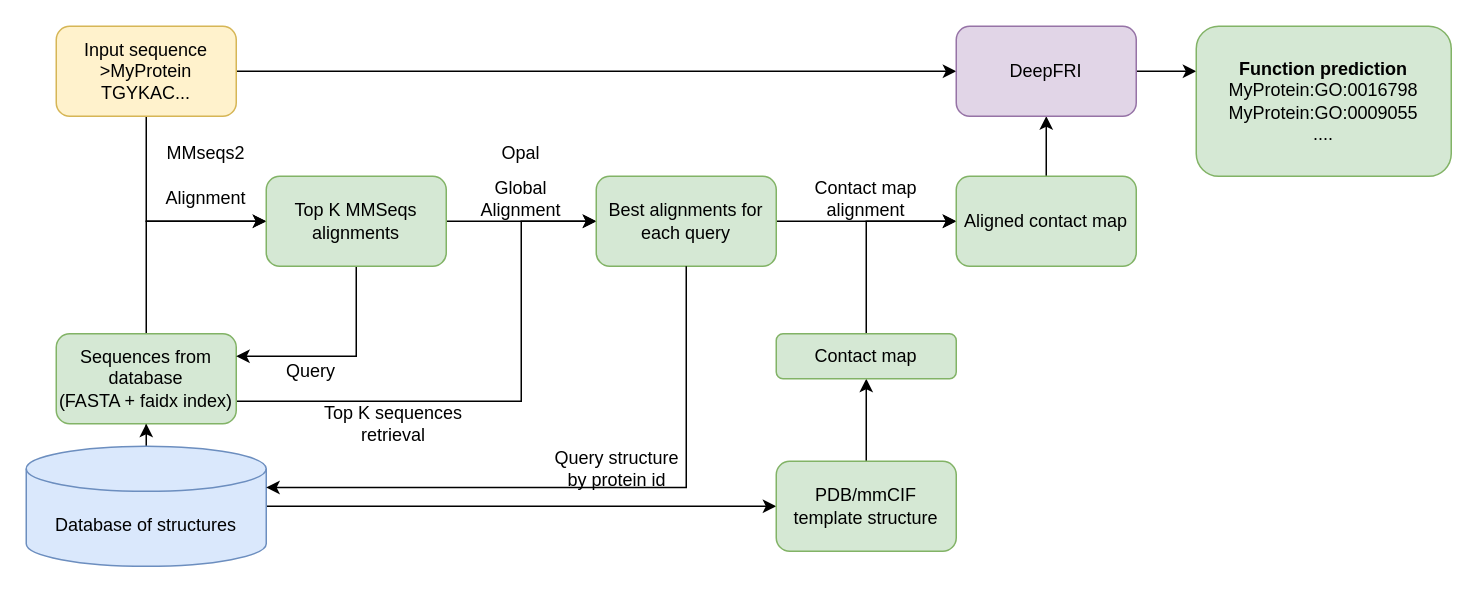
Earlier version of the draw.io diagram docs/_images/mdeepfri-design.drawio (bioinf-mcb/Metagenomic-DeepFRI). Source tidied: cells renumbered, new cells numbered last; positions are measured from the earlier drawing's top-left corner, leaving out a move shared by most shapes. Both pictures are drawn from the tidied source at 150%, with x=0, y=0 at pixel (26, 26).
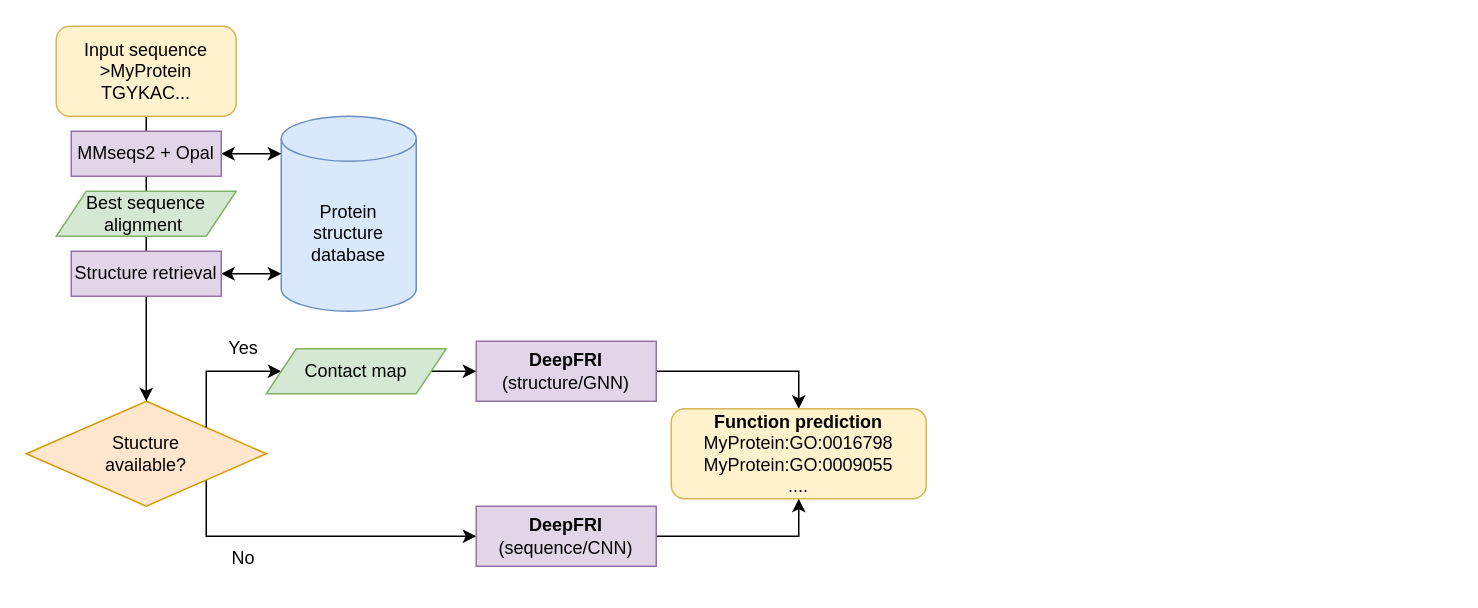
The same diagram, later.

The change refers to these unchanged cells:
```xml
<mxCell id="4" value="Input sequence&lt;div&gt;&amp;gt;MyProtein&lt;br&gt;TGYKAC...&lt;/div&gt;" style="rounded=1;whiteSpace=wrap;html=1;fillColor=#fff2cc;strokeColor=#d6b656;align=center;" parent="1" vertex="1">
  <mxGeometry x="20" width="120" height="60" as="geometry" />
</mxCell>
```

Change to the diagram source:
```diff
@@
-    <mxCell id="2" style="edgeStyle=orthogonalEdgeStyle;rounded=0;jettySize=auto;html=1;entryX=0;entryY=0.5;entryDx=0;entryDy=0;exitX=0.5;exitY=1;exitDx=0;exitDy=0;" parent="1" edge="1" source="4" target="13">
-      <mxGeometry relative="1" as="geometry" />
-    </mxCell>
-    <mxCell id="3" style="edgeStyle=orthogonalEdgeStyle;rounded=0;jettySize=auto;html=1;entryX=0;entryY=0.5;entryDx=0;entryDy=0;" parent="1" edge="1" source="4" target="32">
-      <mxGeometry relative="1" as="geometry" />
-    </mxCell>
+    <mxCell id="34" style="edgeStyle=orthogonalEdgeStyle;rounded=0;jettySize=auto;html=1;endArrow=none;endFill=0;" parent="1" edge="1" source="4" target="42">
+      <mxGeometry relative="1" as="geometry" />
+    </mxCell>
@@
-    <mxCell id="5" style="edgeStyle=orthogonalEdgeStyle;rounded=0;jettySize=auto;html=1;" parent="1" edge="1" source="7" target="10">
-      <mxGeometry relative="1" as="geometry" />
-    </mxCell>
-    <mxCell id="6" style="edgeStyle=orthogonalEdgeStyle;rounded=0;jettySize=auto;html=1;entryX=0;entryY=0.5;entryDx=0;entryDy=0;" parent="1" edge="1" source="7" target="22">
-      <mxGeometry relative="1" as="geometry" />
-    </mxCell>
-    <mxCell id="7" value="Database of structures" style="shape=cylinder3;whiteSpace=wrap;html=1;boundedLbl=1;backgroundOutline=1;size=15;fillColor=#dae8fc;strokeColor=#6c8ebf;" parent="1" vertex="1">
-      <mxGeometry y="280" width="160" height="80" as="geometry" />
+    <mxCell id="7" value="Protein structure database" style="shape=cylinder3;whiteSpace=wrap;html=1;boundedLbl=1;backgroundOutline=1;size=15;fillColor=#dae8fc;strokeColor=#6c8ebf;" parent="1" vertex="1">
+      <mxGeometry x="170" y="60" width="90" height="130" as="geometry" />
     </mxCell>
-    <mxCell id="8" style="edgeStyle=orthogonalEdgeStyle;rounded=0;jettySize=auto;html=1;entryX=0;entryY=0.5;entryDx=0;entryDy=0;exitX=0.5;exitY=0;exitDx=0;exitDy=0;" parent="1" edge="1" source="10" target="13">
-      <mxGeometry relative="1" as="geometry" />
-    </mxCell>
-    <mxCell id="9" style="edgeStyle=orthogonalEdgeStyle;rounded=0;jettySize=auto;html=1;exitX=1;exitY=0.75;exitDx=0;exitDy=0;entryX=0;entryY=0.5;entryDx=0;entryDy=0;" parent="1" edge="1" source="10" target="17">
-      <mxGeometry relative="1" as="geometry">
-        <Array as="points">
-          <mxPoint x="330" y="250" />
-          <mxPoint x="330" y="130" />
-        </Array>
-      </mxGeometry>
-    </mxCell>
-    <mxCell id="10" value="Sequences from database&lt;div&gt;(FASTA + faidx index)&lt;/div&gt;" style="rounded=1;whiteSpace=wrap;html=1;fillColor=#d5e8d4;strokeColor=#82b366;" parent="1" vertex="1">
-      <mxGeometry x="20" y="205" width="120" height="60" as="geometry" />
-    </mxCell>
-    <mxCell id="11" style="edgeStyle=orthogonalEdgeStyle;rounded=0;jettySize=auto;html=1;" parent="1" edge="1" source="13" target="17">
-      <mxGeometry relative="1" as="geometry" />
-    </mxCell>
-    <mxCell id="12" style="edgeStyle=orthogonalEdgeStyle;rounded=0;jettySize=auto;html=1;exitX=0.5;exitY=1;exitDx=0;exitDy=0;entryX=1;entryY=0.25;entryDx=0;entryDy=0;" parent="1" edge="1" source="13" target="10">
-      <mxGeometry relative="1" as="geometry" />
-    </mxCell>
-    <mxCell id="13" value="Top K MMSeqs alignments" style="rounded=1;whiteSpace=wrap;html=1;fillColor=#d5e8d4;strokeColor=#82b366;" parent="1" vertex="1">
-      <mxGeometry x="160" y="100" width="120" height="60" as="geometry" />
-    </mxCell>
+    <mxCell id="35" style="edgeStyle=orthogonalEdgeStyle;rounded=0;jettySize=auto;html=1;startArrow=classic;startFill=1;" parent="1" edge="1" source="14">
+      <mxGeometry relative="1" as="geometry">
+        <mxPoint x="170" y="85" as="targetPoint" />
+        <Array as="points">
+          <mxPoint x="170" y="85" />
+        </Array>
+      </mxGeometry>
+    </mxCell>
-    <mxCell id="14" value="MMseqs2" style="text;html=1;align=center;verticalAlign=middle;whiteSpace=wrap;rounded=0;" parent="1" vertex="1">
-      <mxGeometry x="90" y="70" width="60" height="30" as="geometry" />
+    <mxCell id="14" value="MMseqs2 + Opal" style="text;html=1;align=center;verticalAlign=middle;whiteSpace=wrap;rounded=0;fillColor=#e1d5e7;strokeColor=#9673a6;" parent="1" vertex="1">
+      <mxGeometry x="30" y="70" width="100" height="30" as="geometry" />
     </mxCell>
-    <mxCell id="15" value="Alignment" style="text;html=1;align=center;verticalAlign=middle;whiteSpace=wrap;rounded=0;" parent="1" vertex="1">
-      <mxGeometry x="90" y="100" width="60" height="30" as="geometry" />
-    </mxCell>
-    <mxCell id="16" style="edgeStyle=orthogonalEdgeStyle;rounded=0;jettySize=auto;html=1;" parent="1" edge="1" source="17" target="26">
-      <mxGeometry relative="1" as="geometry" />
-    </mxCell>
-    <mxCell id="17" value="Best alignments for each query" style="rounded=1;whiteSpace=wrap;html=1;fillColor=#d5e8d4;strokeColor=#82b366;" parent="1" vertex="1">
-      <mxGeometry x="380" y="100" width="120" height="60" as="geometry" />
-    </mxCell>
-    <mxCell id="18" value="Opal" style="text;html=1;align=center;verticalAlign=middle;whiteSpace=wrap;rounded=0;" parent="1" vertex="1">
-      <mxGeometry x="300" y="70" width="60" height="30" as="geometry" />
-    </mxCell>
-    <mxCell id="19" value="Global&lt;div&gt;Alignment&lt;/div&gt;" style="text;html=1;align=center;verticalAlign=middle;whiteSpace=wrap;rounded=0;" parent="1" vertex="1">
-      <mxGeometry x="300" y="100" width="60" height="30" as="geometry" />
-    </mxCell>
-    <mxCell id="20" value="Query structure by protein id" style="text;html=1;align=center;verticalAlign=middle;whiteSpace=wrap;rounded=0;" parent="1" vertex="1">
-      <mxGeometry x="349" y="280" width="90" height="30" as="geometry" />
-    </mxCell>
-    <mxCell id="21" style="edgeStyle=orthogonalEdgeStyle;rounded=0;jettySize=auto;html=1;" parent="1" edge="1" source="22" target="24">
-      <mxGeometry relative="1" as="geometry" />
-    </mxCell>
-    <mxCell id="22" value="PDB/mmCIF &lt;br&gt;template structure" style="rounded=1;whiteSpace=wrap;html=1;fillColor=#d5e8d4;strokeColor=#82b366;" parent="1" vertex="1">
-      <mxGeometry x="500" y="290" width="120" height="60" as="geometry" />
-    </mxCell>
-    <mxCell id="23" style="edgeStyle=orthogonalEdgeStyle;rounded=0;jettySize=auto;html=1;entryX=0;entryY=0.5;entryDx=0;entryDy=0;exitX=0.5;exitY=0;exitDx=0;exitDy=0;" parent="1" edge="1" source="24" target="26">
-      <mxGeometry relative="1" as="geometry" />
-    </mxCell>
-    <mxCell id="24" value="Contact map" style="rounded=1;whiteSpace=wrap;html=1;fillColor=#d5e8d4;strokeColor=#82b366;" parent="1" vertex="1">
-      <mxGeometry x="500" y="205" width="120" height="30" as="geometry" />
-    </mxCell>
-    <mxCell id="25" style="edgeStyle=orthogonalEdgeStyle;rounded=0;jettySize=auto;html=1;entryX=0.5;entryY=1;entryDx=0;entryDy=0;" parent="1" edge="1" source="26" target="32">
-      <mxGeometry relative="1" as="geometry" />
-    </mxCell>
-    <mxCell id="26" value="Aligned contact map" style="rounded=1;whiteSpace=wrap;html=1;fillColor=#d5e8d4;strokeColor=#82b366;" parent="1" vertex="1">
-      <mxGeometry x="620" y="100" width="120" height="60" as="geometry" />
-    </mxCell>
-    <mxCell id="27" value="Query" style="text;html=1;align=center;verticalAlign=middle;whiteSpace=wrap;rounded=0;" parent="1" vertex="1">
-      <mxGeometry x="160" y="215" width="60" height="30" as="geometry" />
-    </mxCell>
-    <mxCell id="28" value="Top K sequences&lt;div&gt;retrieval&lt;/div&gt;" style="text;html=1;align=center;verticalAlign=middle;whiteSpace=wrap;rounded=0;" parent="1" vertex="1">
-      <mxGeometry x="170" y="250" width="150" height="30" as="geometry" />
-    </mxCell>
-    <mxCell id="29" style="edgeStyle=orthogonalEdgeStyle;rounded=0;jettySize=auto;html=1;exitX=0.5;exitY=1;exitDx=0;exitDy=0;entryX=1;entryY=0;entryDx=0;entryDy=27.5;entryPerimeter=0;" parent="1" edge="1" source="17" target="7">
-      <mxGeometry relative="1" as="geometry" />
-    </mxCell>
-    <mxCell id="30" value="Contact map alignment" style="text;html=1;align=center;verticalAlign=middle;whiteSpace=wrap;rounded=0;" parent="1" vertex="1">
-      <mxGeometry x="520" y="100" width="80" height="30" as="geometry" />
-    </mxCell>
-    <mxCell id="31" style="edgeStyle=orthogonalEdgeStyle;rounded=0;jettySize=auto;html=1;" parent="1" edge="1" source="32">
-      <mxGeometry relative="1" as="geometry">
-        <mxPoint x="780" y="30" as="targetPoint" />
-      </mxGeometry>
-    </mxCell>
+    <mxCell id="36" style="edgeStyle=orthogonalEdgeStyle;rounded=0;jettySize=auto;html=1;exitX=1;exitY=0.5;exitDx=0;exitDy=0;entryX=0.5;entryY=0;entryDx=0;entryDy=0;" parent="1" edge="1" source="32" target="33">
+      <mxGeometry relative="1" as="geometry" />
+    </mxCell>
-    <mxCell id="32" value="DeepFRI" style="rounded=1;whiteSpace=wrap;html=1;fillColor=#e1d5e7;strokeColor=#9673a6;" parent="1" vertex="1">
-      <mxGeometry x="620" width="120" height="60" as="geometry" />
+    <mxCell id="32" value="&lt;b&gt;DeepFRI&lt;/b&gt;&lt;br&gt;(structure/GNN)" style="rounded=0;whiteSpace=wrap;html=1;fillColor=#e1d5e7;strokeColor=#9673a6;" parent="1" vertex="1">
+      <mxGeometry x="300" y="210" width="120" height="40" as="geometry" />
     </mxCell>
-    <mxCell id="33" value="&lt;b&gt;Function prediction&lt;/b&gt;&lt;div&gt;MyProtein:GO:0016798&lt;br&gt;MyProtein:GO:0009055&lt;br&gt;....&lt;/div&gt;" style="rounded=1;whiteSpace=wrap;html=1;fillColor=#d5e8d4;strokeColor=#82b366;" parent="1" vertex="1">
-      <mxGeometry x="780" width="170" height="100" as="geometry" />
+    <mxCell id="33" value="&lt;b&gt;Function prediction&lt;/b&gt;&lt;div&gt;MyProtein:GO:0016798&lt;br&gt;MyProtein:GO:0009055&lt;br&gt;....&lt;/div&gt;" style="rounded=1;whiteSpace=wrap;html=1;fillColor=#fff2cc;strokeColor=#d6b656;" parent="1" vertex="1">
+      <mxGeometry x="430" y="255" width="170" height="60" as="geometry" />
     </mxCell>
+    <mxCell id="37" style="edgeStyle=orthogonalEdgeStyle;rounded=0;jettySize=auto;html=1;exitX=1;exitY=1;exitDx=0;exitDy=0;entryX=0;entryY=0.5;entryDx=0;entryDy=0;" parent="1" edge="1" source="38" target="40">
+      <mxGeometry relative="1" as="geometry">
+        <Array as="points">
+          <mxPoint x="120" y="340" />
+        </Array>
+      </mxGeometry>
+    </mxCell>
+    <mxCell id="38" value="Stucture&lt;br&gt;available?" style="rhombus;whiteSpace=wrap;html=1;fillColor=#ffe6cc;strokeColor=#d79b00;" parent="1" vertex="1">
+      <mxGeometry y="250" width="160" height="70" as="geometry" />
+    </mxCell>
+    <mxCell id="39" style="edgeStyle=orthogonalEdgeStyle;rounded=0;jettySize=auto;html=1;entryX=0.5;entryY=1;entryDx=0;entryDy=0;" parent="1" edge="1" source="40" target="33">
+      <mxGeometry relative="1" as="geometry" />
+    </mxCell>
+    <mxCell id="40" value="&lt;b&gt;DeepFRI&lt;/b&gt;&lt;br&gt;(sequence/CNN)" style="rounded=0;whiteSpace=wrap;html=1;fillColor=#e1d5e7;strokeColor=#9673a6;" parent="1" vertex="1">
+      <mxGeometry x="300" y="320" width="120" height="40" as="geometry" />
+    </mxCell>
+    <mxCell id="41" style="edgeStyle=orthogonalEdgeStyle;rounded=0;jettySize=auto;html=1;endArrow=none;endFill=0;" parent="1" edge="1" source="42" target="45">
+      <mxGeometry relative="1" as="geometry" />
+    </mxCell>
+    <mxCell id="42" value="Best sequence&lt;div&gt;alignment&amp;nbsp;&lt;/div&gt;" style="shape=parallelogram;perimeter=parallelogramPerimeter;whiteSpace=wrap;html=1;fixedSize=1;fillColor=#d5e8d4;strokeColor=#82b366;" parent="1" vertex="1">
+      <mxGeometry x="20" y="110" width="120" height="30" as="geometry" />
+    </mxCell>
+    <mxCell id="43" style="edgeStyle=orthogonalEdgeStyle;rounded=0;jettySize=auto;html=1;startArrow=classic;startFill=1;" parent="1" edge="1" source="45" target="7">
+      <mxGeometry relative="1" as="geometry">
+        <Array as="points">
+          <mxPoint x="160" y="165" />
+          <mxPoint x="160" y="165" />
+        </Array>
+      </mxGeometry>
+    </mxCell>
+    <mxCell id="44" style="edgeStyle=orthogonalEdgeStyle;rounded=0;jettySize=auto;html=1;" parent="1" edge="1" source="45" target="38">
+      <mxGeometry relative="1" as="geometry" />
+    </mxCell>
+    <mxCell id="45" value="Structure retrieval" style="text;html=1;align=center;verticalAlign=middle;whiteSpace=wrap;rounded=0;fillColor=#e1d5e7;strokeColor=#9673a6;" parent="1" vertex="1">
+      <mxGeometry x="30" y="150" width="100" height="30" as="geometry" />
+    </mxCell>
+    <mxCell id="46" value="No" style="text;html=1;whiteSpace=wrap;strokeColor=none;fillColor=none;align=center;verticalAlign=middle;rounded=0;" parent="1" vertex="1">
+      <mxGeometry x="120" y="340" width="50" height="30" as="geometry" />
+    </mxCell>
+    <mxCell id="47" value="Yes" style="text;html=1;whiteSpace=wrap;strokeColor=none;fillColor=none;align=center;verticalAlign=middle;rounded=0;" parent="1" vertex="1">
+      <mxGeometry x="120" y="200" width="50" height="30" as="geometry" />
+    </mxCell>
+    <mxCell id="48" style="edgeStyle=orthogonalEdgeStyle;rounded=0;jettySize=auto;html=1;exitX=1;exitY=0;exitDx=0;exitDy=0;entryX=0;entryY=0.5;entryDx=0;entryDy=0;" parent="1" edge="1" source="38" target="24">
+      <mxGeometry relative="1" as="geometry" />
+    </mxCell>
+    <mxCell id="49" style="edgeStyle=orthogonalEdgeStyle;rounded=0;jettySize=auto;html=1;exitX=1;exitY=0.5;exitDx=0;exitDy=0;entryX=0;entryY=0.5;entryDx=0;entryDy=0;" parent="1" edge="1" source="24" target="32">
+      <mxGeometry relative="1" as="geometry" />
+    </mxCell>
+    <mxCell id="24" value="Contact map" style="shape=parallelogram;perimeter=parallelogramPerimeter;whiteSpace=wrap;html=1;fixedSize=1;fillColor=#d5e8d4;strokeColor=#82b366;" parent="1" vertex="1">
+      <mxGeometry x="160" y="215" width="120" height="30" as="geometry" />
+    </mxCell>
```
